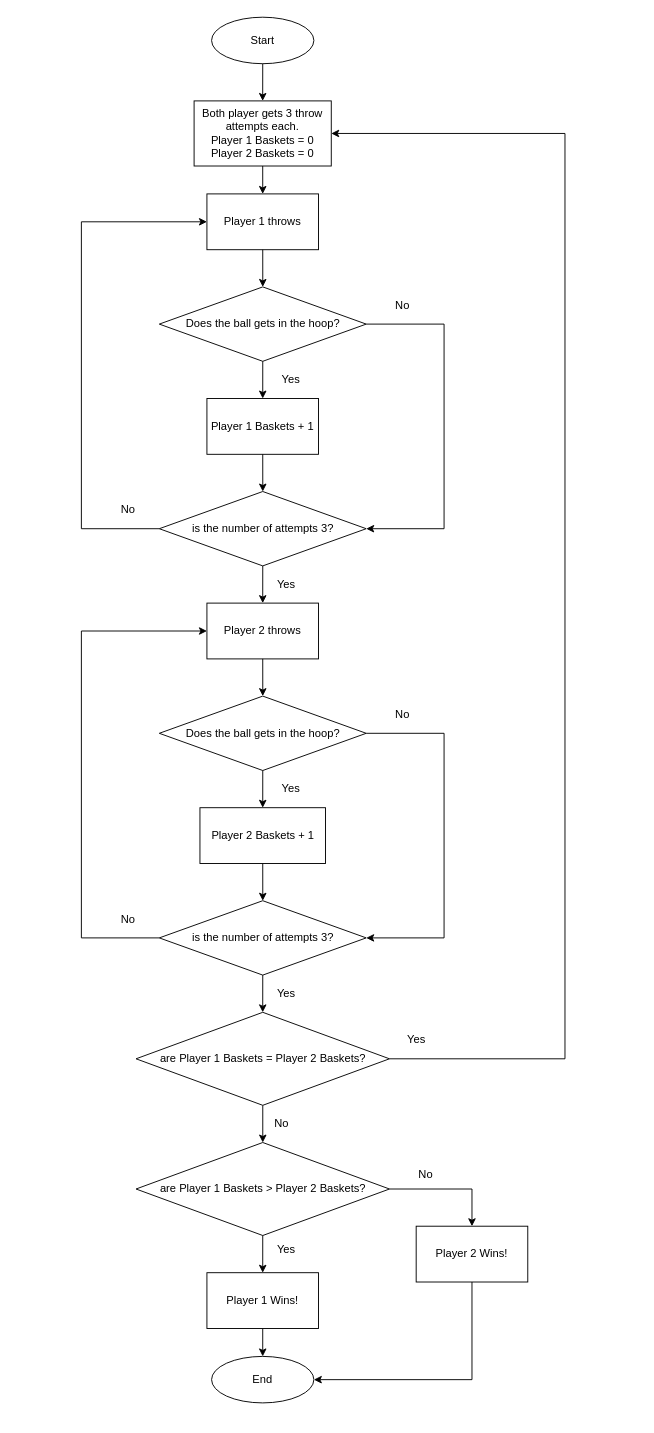
The draw.io diagram FC-APSw02.drawio in jeelpatel17/jeelpatel17, before the edit. Source tidied: cells renumbered, new cells numbered last; positions are measured from the earlier drawing's top-left corner, leaving out a move shared by most shapes. Both pictures are drawn from the tidied source at 93%, with x=0, y=0 at pixel (81, 17).
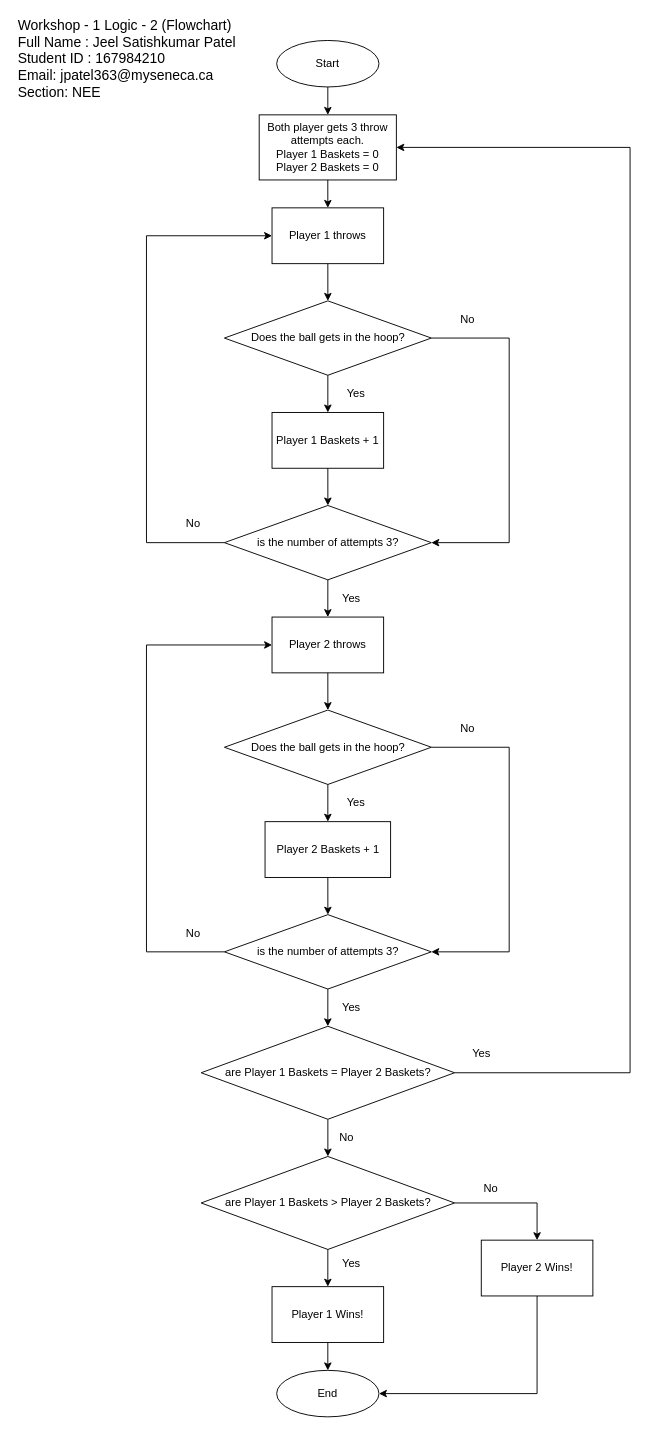
The same diagram, later.

The change refers to these unchanged cells:
```xml
<mxCell id="3" style="group;" parent="2" vertex="1">
  <mxGeometry width="520" height="1360" as="geometry" />
</mxCell>
```

Diff of the diagram source:
```diff
@@
+    <mxCell id="51" style="group;" parent="1" vertex="1">
+      <mxGeometry x="-70" width="660" height="1490" as="geometry" />
+    </mxCell>
-    <mxCell id="2" style="group;" parent="1" vertex="1">
-      <mxGeometry width="520" height="1490" as="geometry" />
+    <mxCell id="2" style="group;" parent="51" vertex="1">
+      <mxGeometry x="140" width="520" height="1490" as="geometry" />
     </mxCell>
@@
     <mxCell id="4" value="Start" style="ellipse;whiteSpace=wrap;html=1;" parent="3" vertex="1">
-      <mxGeometry x="140" width="110" height="50" as="geometry" />
+      <mxGeometry x="140" y="25" width="110" height="50" as="geometry" />
     </mxCell>
     <mxCell id="5" value="&lt;div&gt;Both player gets 3 throw attempts each.&lt;/div&gt;&lt;div&gt;Player 1 Baskets = 0&lt;/div&gt;&lt;div&gt;Player 2 Baskets = 0&lt;/div&gt;" style="rounded=0;whiteSpace=wrap;html=1;" parent="3" vertex="1">
-      <mxGeometry x="121.2" y="90" width="147.5" height="70" as="geometry" />
+      <mxGeometry x="121.2" y="105" width="147.5" height="70" as="geometry" />
     </mxCell>
-    <mxCell id="6" style="edgeStyle=none;rounded=0;jettySize=auto;html=1;entryX=0.5;entryY=0;entryDx=0;entryDy=0;elbow=vertical;" parent="3" edge="1" source="4" target="5">
-      <mxGeometry relative="1" as="geometry" />
-    </mxCell>
     <mxCell id="7" value="Player 1 throws" style="rounded=0;whiteSpace=wrap;html=1;" parent="3" vertex="1">
-      <mxGeometry x="135" y="190" width="120" height="60" as="geometry" />
+      <mxGeometry x="135" y="205" width="120" height="60" as="geometry" />
     </mxCell>
@@
     <mxCell id="9" value="Does the ball gets in the hoop?" style="rhombus;whiteSpace=wrap;html=1;" parent="3" vertex="1">
-      <mxGeometry x="83.8" y="290" width="222.5" height="80" as="geometry" />
+      <mxGeometry x="83.8" y="305" width="222.5" height="80" as="geometry" />
     </mxCell>
@@
     <mxCell id="11" value="Player 1 Baskets + 1" style="rounded=0;whiteSpace=wrap;html=1;" parent="3" vertex="1">
-      <mxGeometry x="135" y="410" width="120" height="60" as="geometry" />
+      <mxGeometry x="135" y="425" width="120" height="60" as="geometry" />
     </mxCell>
@@
     <mxCell id="13" style="edgeStyle=none;rounded=0;jettySize=auto;html=1;entryX=0;entryY=0.5;entryDx=0;entryDy=0;elbow=vertical;" parent="3" edge="1" source="14" target="7">
       <mxGeometry relative="1" as="geometry">
         <Array as="points">
-          <mxPoint y="550" />
-          <mxPoint y="220" />
+          <mxPoint y="565" />
+          <mxPoint y="235" />
         </Array>
       </mxGeometry>
     </mxCell>
     <mxCell id="14" value="is the number of attempts 3?" style="rhombus;whiteSpace=wrap;html=1;" parent="3" vertex="1">
-      <mxGeometry x="83.8" y="510" width="222.5" height="80" as="geometry" />
+      <mxGeometry x="83.8" y="525" width="222.5" height="80" as="geometry" />
     </mxCell>
     <mxCell id="15" style="edgeStyle=none;rounded=0;jettySize=auto;html=1;entryX=1;entryY=0.5;entryDx=0;entryDy=0;elbow=vertical;" parent="3" edge="1" source="9" target="14">
       <mxGeometry relative="1" as="geometry">
         <Array as="points">
-          <mxPoint x="390" y="330" />
-          <mxPoint x="390" y="550" />
+          <mxPoint x="390" y="345" />
+          <mxPoint x="390" y="565" />
         </Array>
       </mxGeometry>
     </mxCell>
@@
     <mxCell id="17" value="Yes" style="text;html=1;align=center;verticalAlign=middle;strokeColor=none;fillColor=none;" parent="3" vertex="1">
-      <mxGeometry x="205" y="380" width="40" height="20" as="geometry" />
+      <mxGeometry x="205" y="395" width="40" height="20" as="geometry" />
     </mxCell>
     <mxCell id="18" value="No" style="text;html=1;align=center;verticalAlign=middle;strokeColor=none;fillColor=none;" parent="3" vertex="1">
-      <mxGeometry x="330" y="300" width="30" height="20" as="geometry" />
+      <mxGeometry x="330" y="315" width="30" height="20" as="geometry" />
     </mxCell>
     <mxCell id="19" value="Yes" style="text;html=1;align=center;verticalAlign=middle;strokeColor=none;fillColor=none;" parent="3" vertex="1">
-      <mxGeometry x="200" y="600" width="40" height="20" as="geometry" />
+      <mxGeometry x="200" y="615" width="40" height="20" as="geometry" />
     </mxCell>
     <mxCell id="20" value="No" style="text;html=1;align=center;verticalAlign=middle;strokeColor=none;fillColor=none;" parent="3" vertex="1">
-      <mxGeometry x="35" y="520" width="30" height="20" as="geometry" />
+      <mxGeometry x="35" y="535" width="30" height="20" as="geometry" />
     </mxCell>
     <mxCell id="21" value="Player 2 throws" style="rounded=0;whiteSpace=wrap;html=1;" parent="3" vertex="1">
-      <mxGeometry x="135" y="630" width="120" height="60" as="geometry" />
+      <mxGeometry x="135" y="645" width="120" height="60" as="geometry" />
     </mxCell>
@@
     <mxCell id="23" value="Does the ball gets in the hoop?" style="rhombus;whiteSpace=wrap;html=1;" parent="3" vertex="1">
-      <mxGeometry x="83.8" y="730" width="222.5" height="80" as="geometry" />
+      <mxGeometry x="83.8" y="745" width="222.5" height="80" as="geometry" />
     </mxCell>
@@
     <mxCell id="25" value="Player 2 Baskets + 1" style="rounded=0;whiteSpace=wrap;html=1;" parent="3" vertex="1">
-      <mxGeometry x="127.5" y="850" width="135" height="60" as="geometry" />
+      <mxGeometry x="127.5" y="865" width="135" height="60" as="geometry" />
     </mxCell>
@@
     <mxCell id="27" style="edgeStyle=none;rounded=0;jettySize=auto;html=1;entryX=0.5;entryY=0;entryDx=0;entryDy=0;elbow=vertical;" parent="3" edge="1" source="29">
       <mxGeometry relative="1" as="geometry">
-        <mxPoint x="195" y="1070" as="targetPoint" />
+        <mxPoint x="195" y="1085" as="targetPoint" />
       </mxGeometry>
     </mxCell>
     <mxCell id="28" style="edgeStyle=none;rounded=0;jettySize=auto;html=1;entryX=0;entryY=0.5;entryDx=0;entryDy=0;elbow=vertical;" parent="3" edge="1" source="29" target="21">
       <mxGeometry relative="1" as="geometry">
         <Array as="points">
-          <mxPoint y="990" />
-          <mxPoint y="660" />
+          <mxPoint y="1005" />
+          <mxPoint y="675" />
         </Array>
       </mxGeometry>
     </mxCell>
     <mxCell id="29" value="is the number of attempts 3?" style="rhombus;whiteSpace=wrap;html=1;" parent="3" vertex="1">
-      <mxGeometry x="83.8" y="950" width="222.5" height="80" as="geometry" />
+      <mxGeometry x="83.8" y="965" width="222.5" height="80" as="geometry" />
     </mxCell>
     <mxCell id="30" style="edgeStyle=none;rounded=0;jettySize=auto;html=1;entryX=1;entryY=0.5;entryDx=0;entryDy=0;elbow=vertical;" parent="3" edge="1" source="23" target="29">
       <mxGeometry relative="1" as="geometry">
         <Array as="points">
-          <mxPoint x="390" y="770" />
-          <mxPoint x="390" y="990" />
+          <mxPoint x="390" y="785" />
+          <mxPoint x="390" y="1005" />
         </Array>
       </mxGeometry>
     </mxCell>
@@
     <mxCell id="32" value="Yes" style="text;html=1;align=center;verticalAlign=middle;strokeColor=none;fillColor=none;" parent="3" vertex="1">
-      <mxGeometry x="205" y="820" width="40" height="20" as="geometry" />
+      <mxGeometry x="205" y="835" width="40" height="20" as="geometry" />
     </mxCell>
     <mxCell id="33" value="No" style="text;html=1;align=center;verticalAlign=middle;strokeColor=none;fillColor=none;" parent="3" vertex="1">
-      <mxGeometry x="330" y="740" width="30" height="20" as="geometry" />
+      <mxGeometry x="330" y="755" width="30" height="20" as="geometry" />
     </mxCell>
     <mxCell id="34" value="Yes" style="text;html=1;align=center;verticalAlign=middle;strokeColor=none;fillColor=none;" parent="3" vertex="1">
-      <mxGeometry x="200" y="1040" width="40" height="20" as="geometry" />
+      <mxGeometry x="200" y="1055" width="40" height="20" as="geometry" />
     </mxCell>
     <mxCell id="35" value="No" style="text;html=1;align=center;verticalAlign=middle;strokeColor=none;fillColor=none;" parent="3" vertex="1">
-      <mxGeometry x="35" y="960" width="30" height="20" as="geometry" />
+      <mxGeometry x="35" y="975" width="30" height="20" as="geometry" />
     </mxCell>
     <mxCell id="36" style="edgeStyle=none;rounded=0;jettySize=auto;html=1;entryX=1;entryY=0.5;entryDx=0;entryDy=0;elbow=vertical;" parent="3" edge="1" source="38" target="5">
       <mxGeometry relative="1" as="geometry">
         <Array as="points">
-          <mxPoint x="520" y="1120" />
-          <mxPoint x="520" y="125" />
+          <mxPoint x="520" y="1135" />
+          <mxPoint x="520" y="140" />
         </Array>
       </mxGeometry>
     </mxCell>
@@
     <mxCell id="38" value="are Player 1 Baskets = Player 2 Baskets?" style="rhombus;whiteSpace=wrap;html=1;" parent="3" vertex="1">
-      <mxGeometry x="58.8" y="1070" width="272.5" height="100" as="geometry" />
+      <mxGeometry x="58.8" y="1085" width="272.5" height="100" as="geometry" />
     </mxCell>
     <mxCell id="39" value="No" style="text;html=1;align=center;verticalAlign=middle;strokeColor=none;fillColor=none;" parent="3" vertex="1">
-      <mxGeometry x="200" y="1180" width="30" height="20" as="geometry" />
+      <mxGeometry x="200" y="1195" width="30" height="20" as="geometry" />
     </mxCell>
     <mxCell id="40" value="Yes" style="text;html=1;align=center;verticalAlign=middle;strokeColor=none;fillColor=none;" parent="3" vertex="1">
-      <mxGeometry x="340" y="1090" width="40" height="20" as="geometry" />
+      <mxGeometry x="340" y="1105" width="40" height="20" as="geometry" />
     </mxCell>
     <mxCell id="41" style="edgeStyle=none;rounded=0;jettySize=auto;html=1;entryX=0.5;entryY=0;entryDx=0;entryDy=0;elbow=vertical;" parent="3" edge="1" source="42" target="43">
       <mxGeometry relative="1" as="geometry">
         <Array as="points">
-          <mxPoint x="420" y="1260" />
+          <mxPoint x="420" y="1275" />
         </Array>
       </mxGeometry>
     </mxCell>
     <mxCell id="42" value="are Player 1 Baskets &amp;gt; Player 2 Baskets?" style="rhombus;whiteSpace=wrap;html=1;" parent="3" vertex="1">
-      <mxGeometry x="58.8" y="1210" width="272.5" height="100" as="geometry" />
+      <mxGeometry x="58.8" y="1225" width="272.5" height="100" as="geometry" />
     </mxCell>
     <mxCell id="43" value="Player 2 Wins!" style="rounded=0;whiteSpace=wrap;html=1;" parent="3" vertex="1">
-      <mxGeometry x="360" y="1300" width="120" height="60" as="geometry" />
+      <mxGeometry x="360" y="1315" width="120" height="60" as="geometry" />
     </mxCell>
     <mxCell id="44" value="End" style="ellipse;whiteSpace=wrap;html=1;" parent="2" vertex="1">
-      <mxGeometry x="140" y="1440" width="110" height="50" as="geometry" />
+      <mxGeometry x="140" y="1455" width="110" height="50" as="geometry" />
     </mxCell>
@@
     <mxCell id="46" value="Player 1 Wins!" style="rounded=0;whiteSpace=wrap;html=1;" parent="2" vertex="1">
-      <mxGeometry x="135" y="1350" width="120" height="60" as="geometry" />
+      <mxGeometry x="135" y="1365" width="120" height="60" as="geometry" />
     </mxCell>
@@
     <mxCell id="48" style="edgeStyle=none;rounded=0;jettySize=auto;html=1;entryX=1;entryY=0.5;entryDx=0;entryDy=0;elbow=vertical;" parent="2" edge="1" source="43" target="44">
       <mxGeometry relative="1" as="geometry">
         <Array as="points">
-          <mxPoint x="420" y="1465" />
+          <mxPoint x="420" y="1480" />
         </Array>
       </mxGeometry>
     </mxCell>
-    <mxCell id="49" value="Yes" style="text;html=1;align=center;verticalAlign=middle;strokeColor=none;fillColor=none;" parent="1" vertex="1">
-      <mxGeometry x="200" y="1315" width="40" height="20" as="geometry" />
+    <mxCell id="49" value="Yes" style="text;html=1;align=center;verticalAlign=middle;strokeColor=none;fillColor=none;" parent="51" vertex="1">
+      <mxGeometry x="340" y="1330" width="40" height="20" as="geometry" />
     </mxCell>
-    <mxCell id="50" value="No" style="text;html=1;align=center;verticalAlign=middle;strokeColor=none;fillColor=none;" parent="1" vertex="1">
-      <mxGeometry x="355" y="1235" width="30" height="20" as="geometry" />
+    <mxCell id="50" value="No" style="text;html=1;align=center;verticalAlign=middle;strokeColor=none;fillColor=none;" parent="51" vertex="1">
+      <mxGeometry x="495" y="1250" width="30" height="20" as="geometry" />
     </mxCell>
+    <mxCell id="52" style="edgeStyle=orthogonalEdgeStyle;rounded=0;jettySize=auto;html=1;fontSize=15;" parent="51" edge="1" source="4">
+      <mxGeometry relative="1" as="geometry">
+        <mxPoint x="335" y="105" as="targetPoint" />
+      </mxGeometry>
+    </mxCell>
+    <mxCell id="53" value="&lt;div style=&quot;font-size: 15px;&quot;&gt;Workshop - 1 Logic - 2 (Flowchart)&lt;br style=&quot;font-size: 15px;&quot;&gt;Full Name : Jeel Satishkumar Patel&lt;br style=&quot;font-size: 15px;&quot;&gt;Student ID : 167984210&lt;br style=&quot;font-size: 15px;&quot;&gt;Email: jpatel363@myseneca.ca&lt;br style=&quot;font-size: 15px;&quot;&gt;Section: NEE&lt;br style=&quot;font-size: 15px;&quot;&gt;&lt;br style=&quot;font-size: 15px;&quot;&gt;&lt;/div&gt;" style="text;html=1;strokeColor=none;fillColor=none;align=left;verticalAlign=middle;whiteSpace=wrap;rounded=0;fontSize=15;" parent="51" vertex="1">
+      <mxGeometry width="240" height="105" as="geometry" />
+    </mxCell>
```
